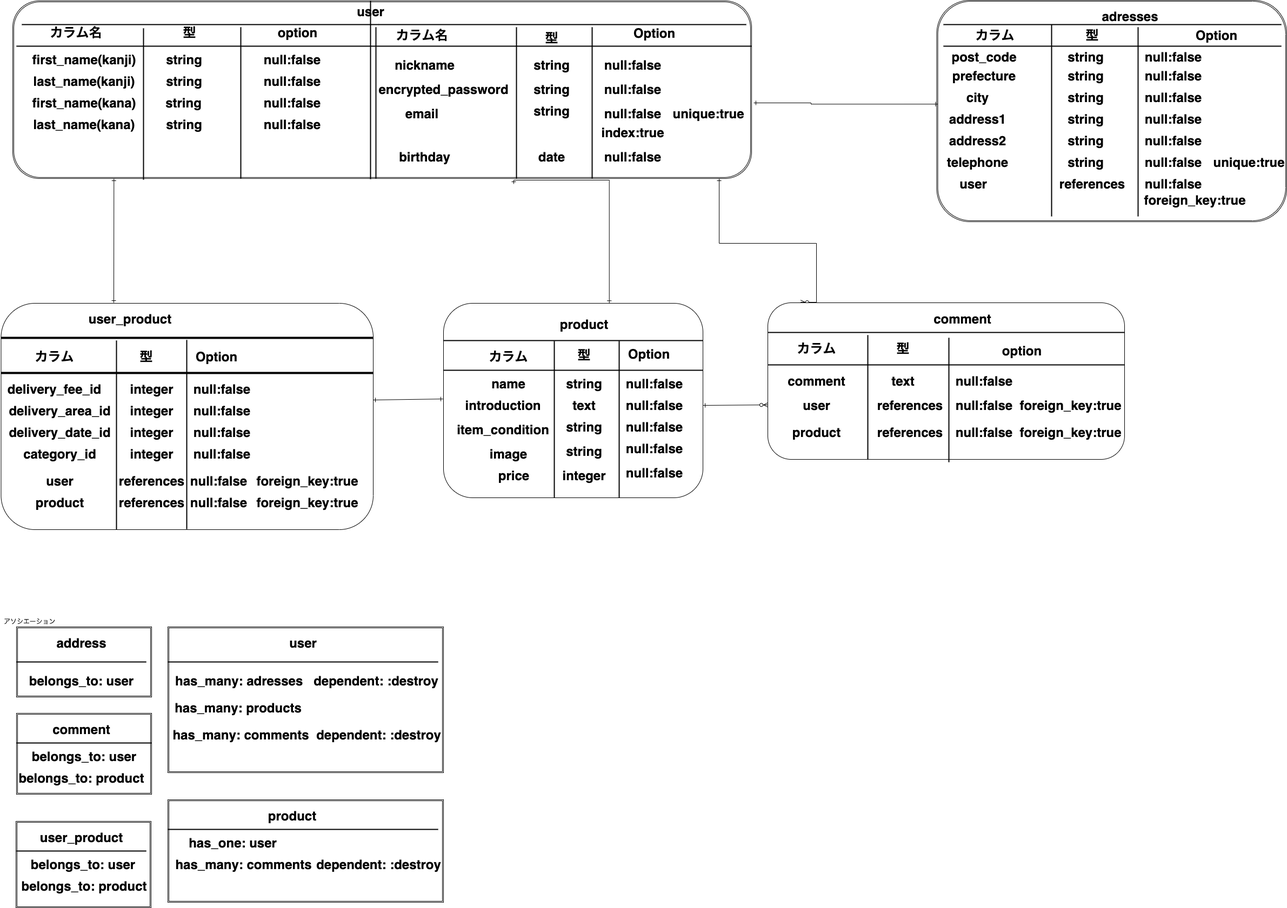
Above: furima32413.png in Kaneko-Yukihiro0117/furima-32413 (draw.io), before the change. Source tidied: cells renumbered, new cells last; positions are measured from the earlier drawing's top-left corner, leaving out a move shared by most shapes.
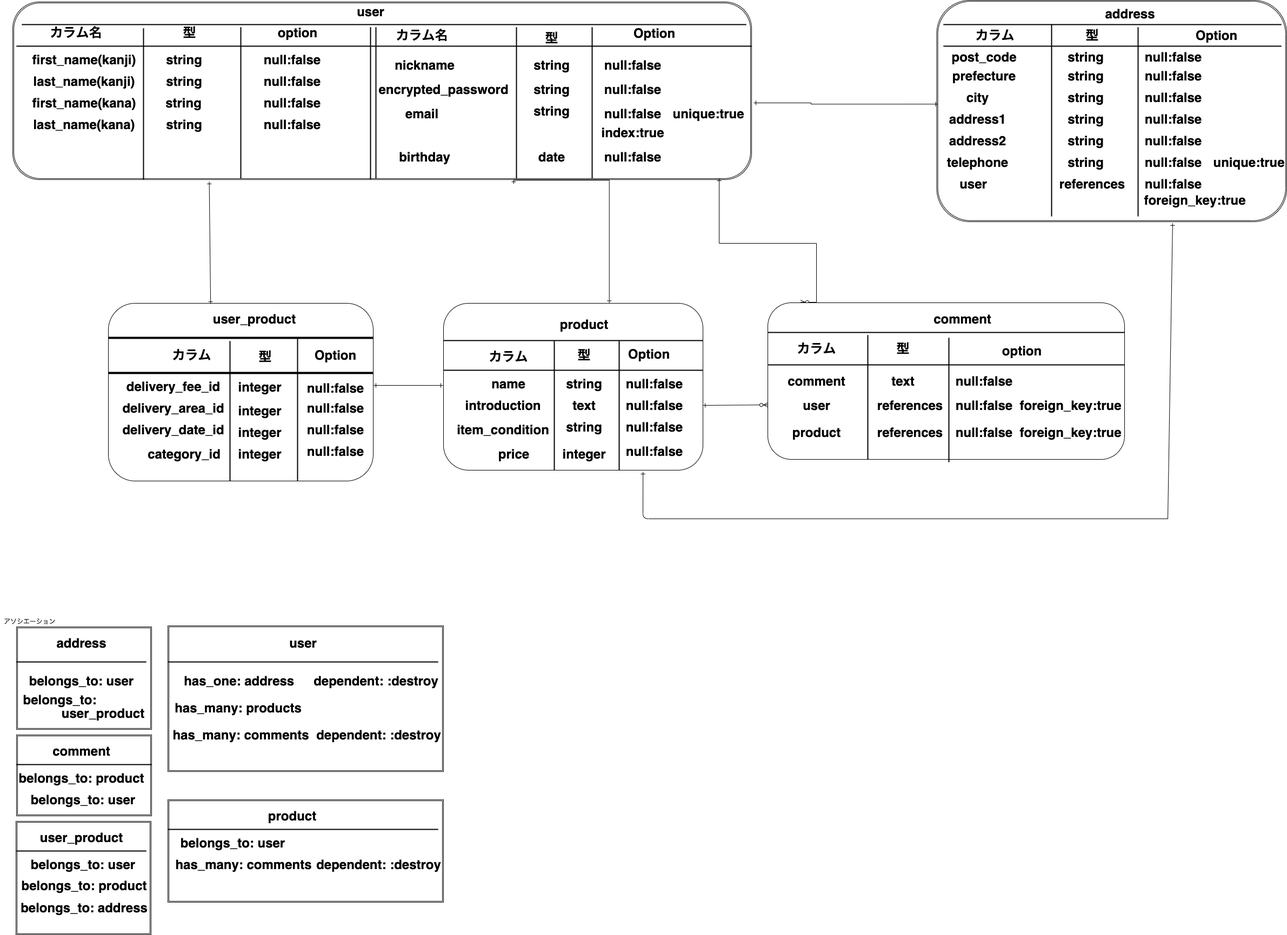
After the change.

The edit, as a diff of the source:
```diff
@@ -5,6 +5,6 @@
     <mxCell id="2" style="shape=ext;double=1;rounded=0;whiteSpace=wrap;html=1;" parent="1" vertex="1">
-      <mxGeometry x="30" y="1320" width="250" height="150" as="geometry" />
+      <mxGeometry x="30" y="1360" width="250" height="150" as="geometry" />
     </mxCell>
     <mxCell id="3" style="rounded=1;whiteSpace=wrap;html=1;" parent="1" vertex="1">
-      <mxGeometry x="1.5" y="561" width="688.5" height="419" as="geometry" />
+      <mxGeometry x="200" y="561" width="490" height="329" as="geometry" />
     </mxCell>
@@ -17,3 +17,3 @@
     <mxCell id="5" style="shape=ext;double=1;rounded=1;whiteSpace=wrap;html=1;" parent="1" vertex="1">
-      <mxGeometry x="23" y="1" width="1367" height="329" as="geometry" />
+      <mxGeometry x="23" y="3" width="1367" height="329" as="geometry" />
     </mxCell>
@@ -141,4 +141,4 @@
     </mxCell>
-    <mxCell id="43" value="adresses" style="text;strokeColor=none;fillColor=none;html=1;fontSize=24;fontStyle=1;verticalAlign=middle;align=center;" parent="1" vertex="1">
-      <mxGeometry x="2040" y="10" width="100" height="40" as="geometry" />
+    <mxCell id="43" value="address" style="text;strokeColor=none;fillColor=none;html=1;fontSize=24;fontStyle=1;verticalAlign=middle;align=center;" parent="1" vertex="1">
+      <mxGeometry x="2040" y="5" width="100" height="40" as="geometry" />
     </mxCell>
@@ -220,3 +220,3 @@
     <mxCell id="67" style="rounded=1;whiteSpace=wrap;html=1;" parent="1" vertex="1">
-      <mxGeometry x="820" y="561" width="480" height="360" as="geometry" />
+      <mxGeometry x="820" y="561" width="480" height="309" as="geometry" />
     </mxCell>
@@ -292,6 +292,6 @@
     <mxCell id="91" value="category_id" style="text;strokeColor=none;fillColor=none;html=1;fontSize=24;fontStyle=1;verticalAlign=middle;align=center;" parent="1" vertex="1">
-      <mxGeometry x="60" y="820" width="100" height="40" as="geometry" />
+      <mxGeometry x="290" y="820" width="100" height="40" as="geometry" />
     </mxCell>
     <mxCell id="92" value="delivery_fee_id" style="text;strokeColor=none;fillColor=none;html=1;fontSize=24;fontStyle=1;verticalAlign=middle;align=center;" parent="1" vertex="1">
-      <mxGeometry x="50" y="700" width="100" height="40" as="geometry" />
+      <mxGeometry x="270" y="695" width="100" height="40" as="geometry" />
     </mxCell>
@@ -301,15 +301,12 @@
     <mxCell id="94" value="delivery_area_id" style="text;strokeColor=none;fillColor=none;html=1;fontSize=24;fontStyle=1;verticalAlign=middle;align=center;" parent="1" vertex="1">
-      <mxGeometry x="60" y="740" width="100" height="40" as="geometry" />
+      <mxGeometry x="270" y="735" width="100" height="40" as="geometry" />
     </mxCell>
     <mxCell id="95" value="price" style="text;strokeColor=none;fillColor=none;html=1;fontSize=24;fontStyle=1;verticalAlign=middle;align=center;" parent="1" vertex="1">
-      <mxGeometry x="900" y="860" width="100" height="40" as="geometry" />
+      <mxGeometry x="900" y="820" width="100" height="40" as="geometry" />
     </mxCell>
-    <mxCell id="96" value="image" style="text;strokeColor=none;fillColor=none;html=1;fontSize=24;fontStyle=1;verticalAlign=middle;align=center;" parent="1" vertex="1">
-      <mxGeometry x="890" y="820" width="100" height="40" as="geometry" />
-    </mxCell>
     <mxCell id="97" style="line;strokeWidth=2;direction=south;html=1;" parent="1" vertex="1">
-      <mxGeometry x="1020" y="631" width="10" height="290" as="geometry" />
+      <mxGeometry x="1020" y="631" width="10" height="239" as="geometry" />
     </mxCell>
     <mxCell id="98" style="line;strokeWidth=2;direction=south;html=1;" parent="1" vertex="1">
-      <mxGeometry x="1140" y="631" width="10" height="290" as="geometry" />
+      <mxGeometry x="1140" y="631" width="10" height="239" as="geometry" />
     </mxCell>
@@ -328,7 +325,4 @@
     <mxCell id="103" value="integer" style="text;strokeColor=none;fillColor=none;html=1;fontSize=24;fontStyle=1;verticalAlign=middle;align=center;" parent="1" vertex="1">
-      <mxGeometry x="1030" y="860" width="100" height="40" as="geometry" />
+      <mxGeometry x="1030" y="820" width="100" height="40" as="geometry" />
     </mxCell>
-    <mxCell id="104" value="string" style="text;strokeColor=none;fillColor=none;html=1;fontSize=24;fontStyle=1;verticalAlign=middle;align=center;" parent="1" vertex="1">
-      <mxGeometry x="1030" y="815" width="100" height="40" as="geometry" />
-    </mxCell>
     <mxCell id="105" value="null:false" style="text;strokeColor=none;fillColor=none;html=1;fontSize=24;fontStyle=1;verticalAlign=middle;align=center;" parent="1" vertex="1">
@@ -340,3 +334,3 @@
     <mxCell id="107" value="null:false" style="text;strokeColor=none;fillColor=none;html=1;fontSize=24;fontStyle=1;verticalAlign=middle;align=center;" parent="1" vertex="1">
-      <mxGeometry x="360" y="785" width="100" height="30" as="geometry" />
+      <mxGeometry x="570" y="780" width="100" height="30" as="geometry" />
     </mxCell>
@@ -345,13 +339,10 @@
     </mxCell>
-    <mxCell id="109" value="null:false" style="text;strokeColor=none;fillColor=none;html=1;fontSize=24;fontStyle=1;verticalAlign=middle;align=center;" parent="1" vertex="1">
-      <mxGeometry x="1160" y="810" width="100" height="40" as="geometry" />
-    </mxCell>
     <mxCell id="110" value="null:false" style="text;strokeColor=none;fillColor=none;html=1;fontSize=24;fontStyle=1;verticalAlign=middle;align=center;" parent="1" vertex="1">
-      <mxGeometry x="360" y="740" width="100" height="40" as="geometry" />
+      <mxGeometry x="570" y="735" width="100" height="40" as="geometry" />
     </mxCell>
     <mxCell id="111" value="null:false" style="text;strokeColor=none;fillColor=none;html=1;fontSize=24;fontStyle=1;verticalAlign=middle;align=center;" parent="1" vertex="1">
-      <mxGeometry x="1160" y="855" width="100" height="40" as="geometry" />
+      <mxGeometry x="1160" y="815" width="100" height="40" as="geometry" />
     </mxCell>
     <mxCell id="112" value="null:false" style="text;strokeColor=none;fillColor=none;html=1;fontSize=24;fontStyle=1;verticalAlign=middle;align=center;" parent="1" vertex="1">
-      <mxGeometry x="360" y="700" width="100" height="40" as="geometry" />
+      <mxGeometry x="570" y="698" width="100" height="40" as="geometry" />
     </mxCell>
@@ -382,3 +373,3 @@
     <mxCell id="121" style="shape=ext;double=1;rounded=0;whiteSpace=wrap;html=1;" parent="1" vertex="1">
-      <mxGeometry x="30" y="1160" width="250" height="130" as="geometry" />
+      <mxGeometry x="30" y="1160" width="250" height="190" as="geometry" />
     </mxCell>
@@ -394,12 +385,12 @@
     <mxCell id="125" style="shape=ext;double=1;rounded=0;whiteSpace=wrap;html=1;" parent="1" vertex="1">
-      <mxGeometry x="29" y="1520" width="250" height="160" as="geometry" />
+      <mxGeometry x="29" y="1520" width="250" height="210" as="geometry" />
     </mxCell>
     <mxCell id="126" value="comment" style="text;strokeColor=none;fillColor=none;html=1;fontSize=24;fontStyle=1;verticalAlign=middle;align=center;" parent="1" vertex="1">
-      <mxGeometry x="100" y="1330" width="100" height="40" as="geometry" />
+      <mxGeometry x="100" y="1370" width="100" height="40" as="geometry" />
     </mxCell>
     <mxCell id="127" style="line;strokeWidth=2;html=1;" parent="1" vertex="1">
-      <mxGeometry x="30" y="1370" width="250" height="10" as="geometry" />
+      <mxGeometry x="30" y="1410" width="250" height="10" as="geometry" />
     </mxCell>
     <mxCell id="128" value="belongs_to: user" style="text;strokeColor=none;fillColor=none;html=1;fontSize=24;fontStyle=1;verticalAlign=middle;align=center;" parent="1" vertex="1">
-      <mxGeometry x="105" y="1380" width="100" height="40" as="geometry" />
+      <mxGeometry x="102.5" y="1460" width="100" height="40" as="geometry" />
     </mxCell>
@@ -409,3 +400,3 @@
     <mxCell id="130" style="shape=ext;double=1;rounded=0;whiteSpace=wrap;html=1;" parent="1" vertex="1">
-      <mxGeometry x="310" y="1160" width="510" height="270" as="geometry" />
+      <mxGeometry x="310" y="1158" width="510" height="270" as="geometry" />
     </mxCell>
@@ -417,3 +408,3 @@
     </mxCell>
-    <mxCell id="133" value="has_many: adresses&amp;nbsp;" style="text;strokeColor=none;fillColor=none;html=1;fontSize=24;fontStyle=1;verticalAlign=middle;align=center;" parent="1" vertex="1">
+    <mxCell id="133" value="has_one: address&amp;nbsp;" style="text;strokeColor=none;fillColor=none;html=1;fontSize=24;fontStyle=1;verticalAlign=middle;align=center;" parent="1" vertex="1">
       <mxGeometry x="395" y="1240" width="100" height="40" as="geometry" />
@@ -441,3 +432,3 @@
     </mxCell>
-    <mxCell id="141" value="has_one: user" style="text;strokeColor=none;fillColor=none;html=1;fontSize=24;fontStyle=1;verticalAlign=middle;align=center;" parent="1" vertex="1">
+    <mxCell id="141" value="belongs_to: user" style="text;strokeColor=none;fillColor=none;html=1;fontSize=24;fontStyle=1;verticalAlign=middle;align=center;" parent="1" vertex="1">
       <mxGeometry x="380" y="1540" width="100" height="40" as="geometry" />
@@ -454,3 +445,3 @@
     <mxCell id="145" style="line;strokeWidth=2;direction=south;html=1;" parent="1" vertex="1">
-      <mxGeometry x="680" y="1" width="10" height="330" as="geometry" />
+      <mxGeometry x="680" y="50" width="10" height="281" as="geometry" />
     </mxCell>
@@ -475,47 +466,45 @@
     <mxCell id="152" value="integer" style="text;strokeColor=none;fillColor=none;html=1;fontSize=24;fontStyle=1;verticalAlign=middle;align=center;" parent="1" vertex="1">
-      <mxGeometry x="230" y="740" width="100" height="40" as="geometry" />
+      <mxGeometry x="430" y="740" width="100" height="40" as="geometry" />
     </mxCell>
     <mxCell id="153" value="integer" style="text;strokeColor=none;fillColor=none;html=1;fontSize=24;fontStyle=1;verticalAlign=middle;align=center;" parent="1" vertex="1">
-      <mxGeometry x="230" y="700" width="100" height="40" as="geometry" />
+      <mxGeometry x="430" y="695.5" width="100" height="40" as="geometry" />
     </mxCell>
     <mxCell id="154" value="integer" style="text;strokeColor=none;fillColor=none;html=1;fontSize=24;fontStyle=1;verticalAlign=middle;align=center;" parent="1" vertex="1">
-      <mxGeometry x="230" y="780" width="100" height="40" as="geometry" />
+      <mxGeometry x="430" y="780" width="100" height="40" as="geometry" />
     </mxCell>
     <mxCell id="155" value="integer" style="text;strokeColor=none;fillColor=none;html=1;fontSize=24;fontStyle=1;verticalAlign=middle;align=center;" parent="1" vertex="1">
-      <mxGeometry x="230" y="820" width="100" height="40" as="geometry" />
+      <mxGeometry x="430" y="820" width="100" height="40" as="geometry" />
     </mxCell>
     <mxCell id="156" value="user_product" style="text;strokeColor=none;fillColor=none;html=1;fontSize=24;fontStyle=1;verticalAlign=middle;align=center;" parent="1" vertex="1">
-      <mxGeometry x="190" y="570" width="100" height="40" as="geometry" />
+      <mxGeometry x="420" y="570" width="100" height="40" as="geometry" />
     </mxCell>
     <mxCell id="157" style="line;strokeWidth=4;html=1;perimeter=backbonePerimeter;" parent="1" vertex="1">
-      <mxGeometry x="1.5" y="620" width="688.5" height="10" as="geometry" />
+      <mxGeometry x="200" y="620" width="490" height="10" as="geometry" />
     </mxCell>
     <mxCell id="158" style="line;strokeWidth=4;html=1;perimeter=backbonePerimeter;" parent="1" vertex="1">
-      <mxGeometry x="1.5" y="685" width="688.5" height="10" as="geometry" />
+      <mxGeometry x="200" y="685" width="490" height="10" as="geometry" />
     </mxCell>
     <mxCell id="159" value="カラム" style="text;strokeColor=none;fillColor=none;html=1;fontSize=24;fontStyle=1;verticalAlign=middle;align=center;" parent="1" vertex="1">
-      <mxGeometry x="50" y="640" width="100" height="40" as="geometry" />
+      <mxGeometry x="304" y="637" width="100" height="40" as="geometry" />
     </mxCell>
     <mxCell id="160" value="delivery_date_id" style="text;strokeColor=none;fillColor=none;html=1;fontSize=24;fontStyle=1;verticalAlign=middle;align=center;" parent="1" vertex="1">
-      <mxGeometry x="60" y="780" width="100" height="40" as="geometry" />
+      <mxGeometry x="270" y="775" width="100" height="40" as="geometry" />
     </mxCell>
     <mxCell id="161" value="null:false" style="text;strokeColor=none;fillColor=none;html=1;fontSize=24;fontStyle=1;verticalAlign=middle;align=center;" parent="1" vertex="1">
-      <mxGeometry x="360" y="820" width="100" height="40" as="geometry" />
+      <mxGeometry x="570" y="815" width="100" height="40" as="geometry" />
     </mxCell>
     <mxCell id="162" style="line;strokeWidth=2;direction=south;html=1;" parent="1" vertex="1">
-      <mxGeometry x="210" y="630" width="10" height="350" as="geometry" />
+      <mxGeometry x="420" y="631" width="10" height="259" as="geometry" />
     </mxCell>
     <mxCell id="163" style="line;strokeWidth=2;direction=south;html=1;" parent="1" vertex="1">
-      <mxGeometry x="340" y="629" width="10" height="350" as="geometry" />
+      <mxGeometry x="545" y="625" width="10" height="265" as="geometry" />
     </mxCell>
     <mxCell id="164" value="型" style="text;strokeColor=none;fillColor=none;html=1;fontSize=24;fontStyle=1;verticalAlign=middle;align=center;" parent="1" vertex="1">
-      <mxGeometry x="220" y="640" width="100" height="40" as="geometry" />
+      <mxGeometry x="440" y="640" width="100" height="40" as="geometry" />
     </mxCell>
     <mxCell id="165" value="Option" style="text;strokeColor=none;fillColor=none;html=1;fontSize=24;fontStyle=1;verticalAlign=middle;align=center;" parent="1" vertex="1">
-      <mxGeometry x="350" y="640" width="100" height="40" as="geometry" />
+      <mxGeometry x="570" y="637" width="100" height="40" as="geometry" />
     </mxCell>
-    <mxCell id="166" style="endArrow=ERone;html=1;entryX=0.137;entryY=1;entryDx=0;entryDy=0;entryPerimeter=0;startArrow=ERone;startFill=0;endFill=0;" parent="1" edge="1" target="5">
-      <mxGeometry relative="1" as="geometry">
-        <mxPoint x="210" y="560" as="sourcePoint" />
-      </mxGeometry>
+    <mxCell id="166" style="endArrow=ERone;html=1;entryX=0.266;entryY=1.012;entryDx=0;entryDy=0;entryPerimeter=0;startArrow=ERone;startFill=0;endFill=0;exitX=0.386;exitY=0.003;exitDx=0;exitDy=0;exitPerimeter=0;" parent="1" edge="1" source="3" target="5">
+      <mxGeometry relative="1" as="geometry" />
     </mxCell>
@@ -531,31 +520,7 @@
     <mxCell id="170" value="belongs_to: product" style="text;strokeColor=none;fillColor=none;html=1;fontSize=24;fontStyle=1;verticalAlign=middle;align=center;" parent="1" vertex="1">
-      <mxGeometry x="105" y="1620" width="100" height="40" as="geometry" />
+      <mxGeometry x="105" y="1619" width="100" height="40" as="geometry" />
     </mxCell>
-    <mxCell id="171" value="user" style="text;strokeColor=none;fillColor=none;html=1;fontSize=24;fontStyle=1;verticalAlign=middle;align=center;" parent="1" vertex="1">
-      <mxGeometry x="60" y="870" width="100" height="40" as="geometry" />
-    </mxCell>
-    <mxCell id="172" value="product" style="text;strokeColor=none;fillColor=none;html=1;fontSize=24;fontStyle=1;verticalAlign=middle;align=center;" parent="1" vertex="1">
-      <mxGeometry x="60" y="910" width="100" height="40" as="geometry" />
-    </mxCell>
-    <mxCell id="173" value="references" style="text;strokeColor=none;fillColor=none;html=1;fontSize=24;fontStyle=1;verticalAlign=middle;align=center;" parent="1" vertex="1">
-      <mxGeometry x="230" y="870" width="100" height="40" as="geometry" />
-    </mxCell>
-    <mxCell id="174" value="references" style="text;strokeColor=none;fillColor=none;html=1;fontSize=24;fontStyle=1;verticalAlign=middle;align=center;" parent="1" vertex="1">
-      <mxGeometry x="230" y="910" width="100" height="40" as="geometry" />
-    </mxCell>
-    <mxCell id="175" value="null:false" style="text;strokeColor=none;fillColor=none;html=1;fontSize=24;fontStyle=1;verticalAlign=middle;align=center;" parent="1" vertex="1">
-      <mxGeometry x="354" y="870" width="100" height="40" as="geometry" />
-    </mxCell>
-    <mxCell id="176" value="null:false" style="text;strokeColor=none;fillColor=none;html=1;fontSize=24;fontStyle=1;verticalAlign=middle;align=center;" parent="1" vertex="1">
-      <mxGeometry x="354" y="910" width="100" height="40" as="geometry" />
-    </mxCell>
-    <mxCell id="177" value="foreign_key:true" style="text;strokeColor=none;fillColor=none;html=1;fontSize=24;fontStyle=1;verticalAlign=middle;align=center;" parent="1" vertex="1">
-      <mxGeometry x="510" y="870" width="115" height="40" as="geometry" />
-    </mxCell>
-    <mxCell id="178" value="foreign_key:true" style="text;strokeColor=none;fillColor=none;html=1;fontSize=24;fontStyle=1;verticalAlign=middle;align=center;" parent="1" vertex="1">
-      <mxGeometry x="517.5" y="910" width="100" height="40" as="geometry" />
-    </mxCell>
     <mxCell id="179" style="endArrow=ERone;html=1;entryX=-0.002;entryY=0.492;entryDx=0;entryDy=0;entryPerimeter=0;startArrow=ERone;startFill=0;endFill=0;" parent="1" edge="1" target="67">
       <mxGeometry relative="1" as="geometry">
-        <mxPoint x="690" y="740" as="sourcePoint" />
+        <mxPoint x="691" y="713" as="sourcePoint" />
       </mxGeometry>
@@ -582,2 +547,24 @@
     </mxCell>
+    <mxCell id="186" style="endArrow=ERone;html=1;entryX=0.674;entryY=1.007;entryDx=0;entryDy=0;entryPerimeter=0;endFill=0;" parent="1" edge="1" target="41">
+      <mxGeometry relative="1" as="geometry">
+        <mxPoint x="2160" y="960" as="sourcePoint" />
+      </mxGeometry>
+    </mxCell>
+    <mxCell id="187" style="endArrow=ERone;html=1;entryX=0.769;entryY=1.01;entryDx=0;entryDy=0;entryPerimeter=0;endFill=0;" parent="1" edge="1" target="67">
+      <mxGeometry relative="1" as="geometry">
+        <mxPoint x="2160" y="960" as="sourcePoint" />
+        <Array as="points">
+          <mxPoint x="1189" y="960" />
+        </Array>
+      </mxGeometry>
+    </mxCell>
+    <mxCell id="188" value="belongs_to:" style="text;strokeColor=none;fillColor=none;html=1;fontSize=24;fontStyle=1;verticalAlign=middle;align=center;" parent="1" vertex="1">
+      <mxGeometry x="60" y="1275" width="100" height="40" as="geometry" />
+    </mxCell>
+    <mxCell id="189" value="user_product" style="text;strokeColor=none;fillColor=none;html=1;fontSize=24;fontStyle=1;verticalAlign=middle;align=center;" parent="1" vertex="1">
+      <mxGeometry x="140" y="1300" width="100" height="40" as="geometry" />
+    </mxCell>
+    <mxCell id="190" value="belongs_to: address" style="text;strokeColor=none;fillColor=none;html=1;fontSize=24;fontStyle=1;verticalAlign=middle;align=center;" parent="1" vertex="1">
+      <mxGeometry x="105" y="1660" width="100" height="40" as="geometry" />
+    </mxCell>
   </root>
```
